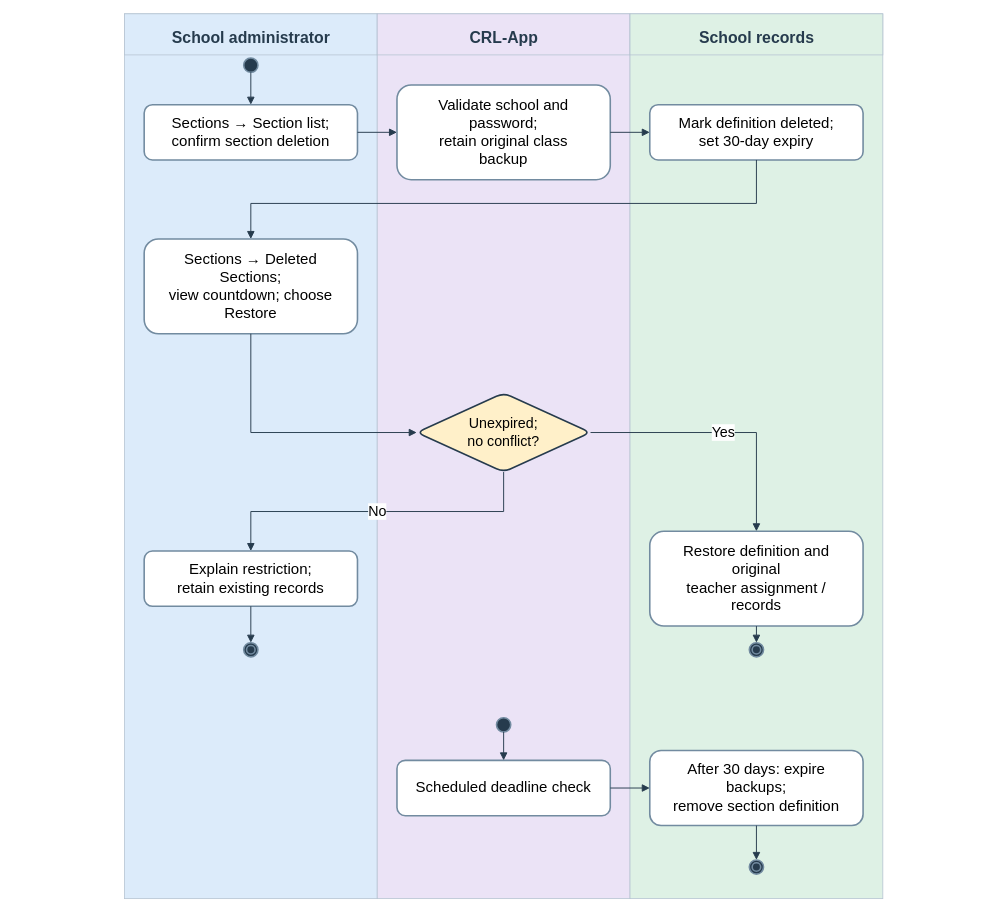
This is docs/diagrams/class-workspaces/figure-15d-section-recycle.drawio from AkuSayangKamuJudaSayang/crl-app, a draw.io file, before an edit. Source tidied: cells renumbered, new cells numbered last; positions are measured from the earlier drawing's top-left corner, leaving out a move shared by most shapes. Both pictures are drawn from the tidied source at 79%, with x=0, y=0 at pixel (13, 13).
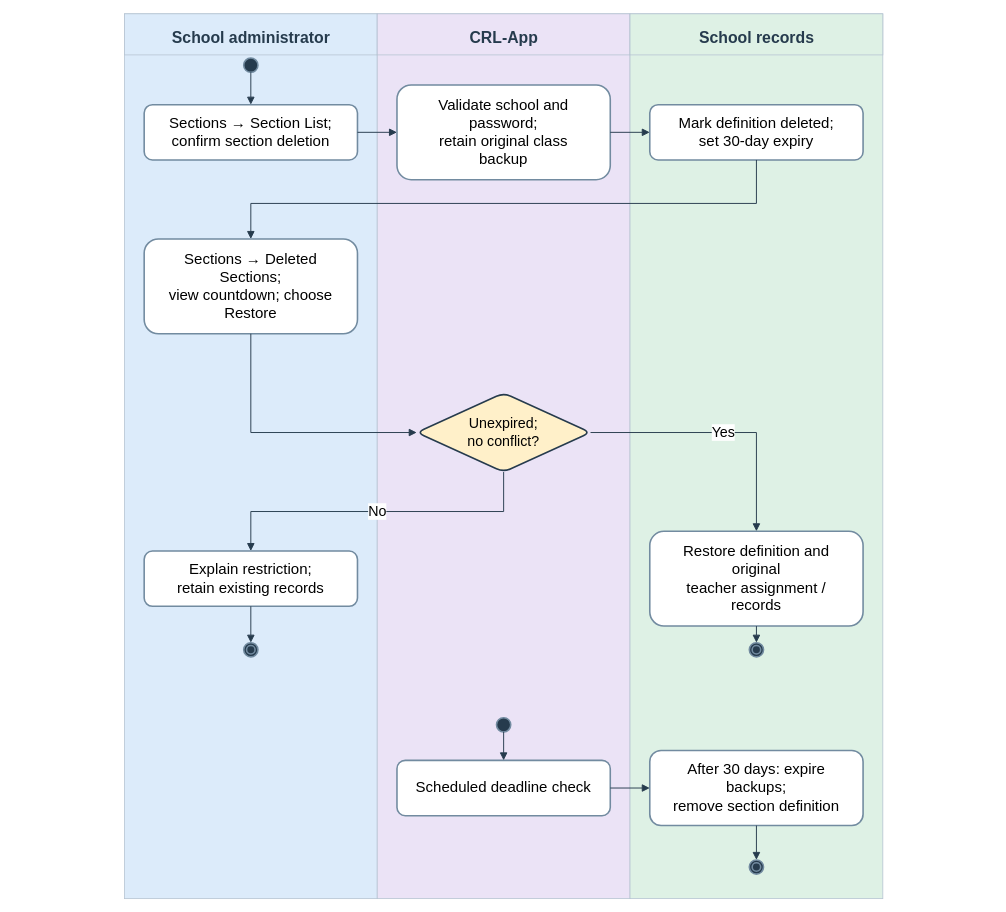
The same diagram, later.

Change to the diagram source:
```diff
@@
-    <mxCell id="12" value="Sections → Section list;&lt;br&gt;confirm section deletion" style="rounded=1;whiteSpace=wrap;html=1;fontFamily=Arial;fillColor=#ffffff;strokeColor=#728ba0;strokeWidth=2;fontSize=19;" parent="1" vertex="1">
+    <mxCell id="12" value="Sections → Section List;&lt;br&gt;confirm section deletion" style="rounded=1;whiteSpace=wrap;html=1;fontFamily=Arial;fillColor=#ffffff;strokeColor=#728ba0;strokeWidth=2;fontSize=19;" parent="1" vertex="1">
       <mxGeometry x="165" y="115" width="270" height="70" as="geometry" />
     </mxCell>
```
